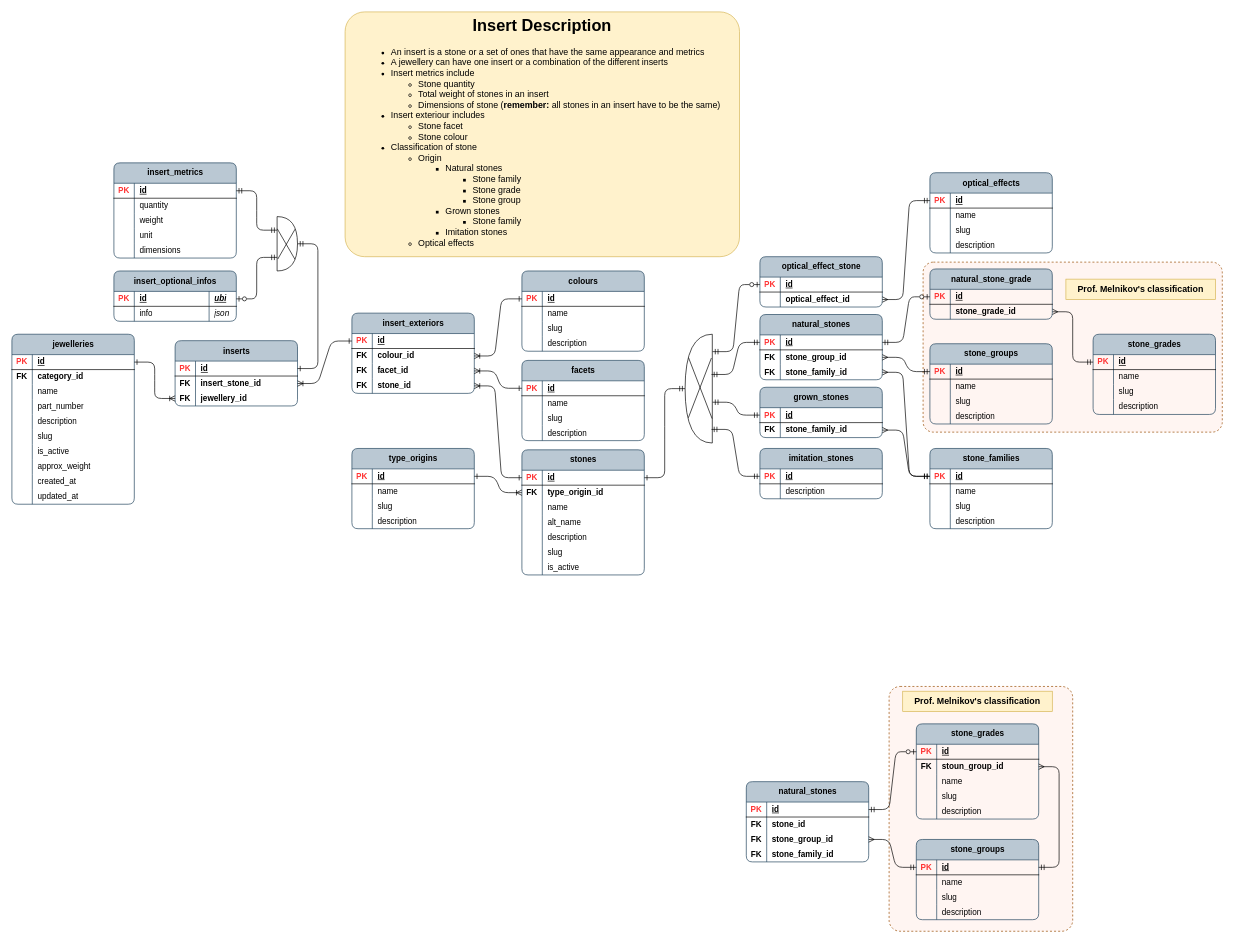
Before: page "psql_inserts" (2 of 15) of publisher/laravel-app/psql_jewellery_items.drawio in Local-development-environment/msg-brokers-publisher-consumer, a draw.io diagram. Source tidied: cells renumbered, new cells numbered last; positions are measured from the earlier drawing's top-left corner, leaving out a move shared by most shapes. Both pictures are drawn from the tidied source at 68%, with x=0, y=0 at pixel (12, -40).
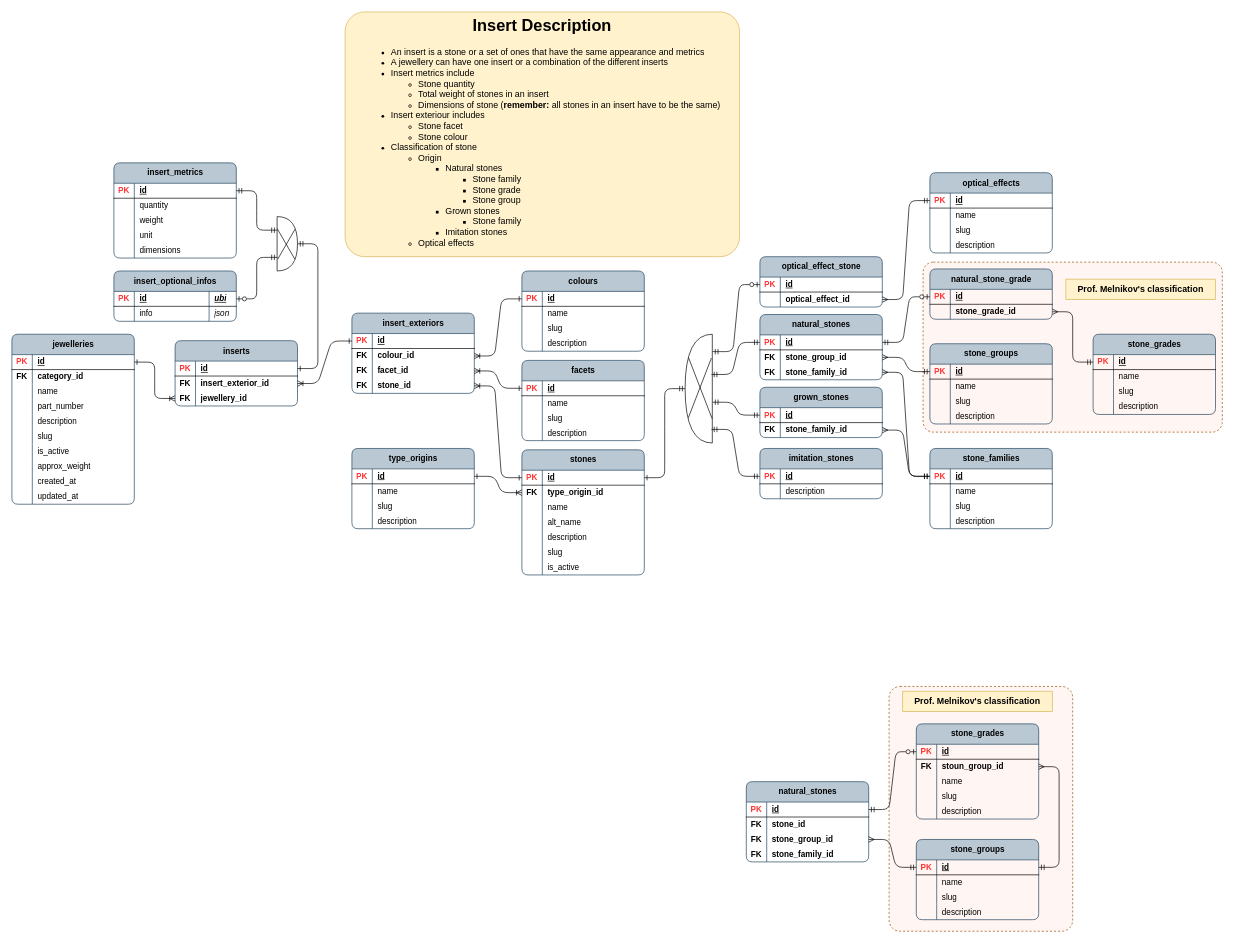
The same diagram, later.

Unchanged cells that the change refers to:
```xml
<mxCell id="147" style="shape=tableRow;horizontal=0;startSize=0;swimlaneHead=0;swimlaneBody=0;fillColor=none;points=[[0,0.5],[1,0.5]];portConstraint=eastwest;top=0;left=0;right=0;bottom=0;rounded=1;labelBackgroundColor=none;" parent="143" vertex="1">
  <mxGeometry y="52" width="180" height="22" as="geometry" />
</mxCell>
```

Change to the diagram source:
```diff
@@
-    <mxCell id="149" value="&lt;b&gt;insert_stone_id&lt;/b&gt;" style="shape=partialRectangle;fillColor=none;top=0;left=0;bottom=0;right=0;align=left;spacingLeft=6;overflow=hidden;whiteSpace=wrap;html=1;rounded=1;labelBackgroundColor=none;" parent="147" vertex="1">
+    <mxCell id="149" value="&lt;b&gt;insert_exterior_id&lt;/b&gt;" style="shape=partialRectangle;fillColor=none;top=0;left=0;bottom=0;right=0;align=left;spacingLeft=6;overflow=hidden;whiteSpace=wrap;html=1;rounded=1;labelBackgroundColor=none;" parent="147" vertex="1">
       <mxGeometry x="30" width="150" height="22" as="geometry" />
     </mxCell>
```
